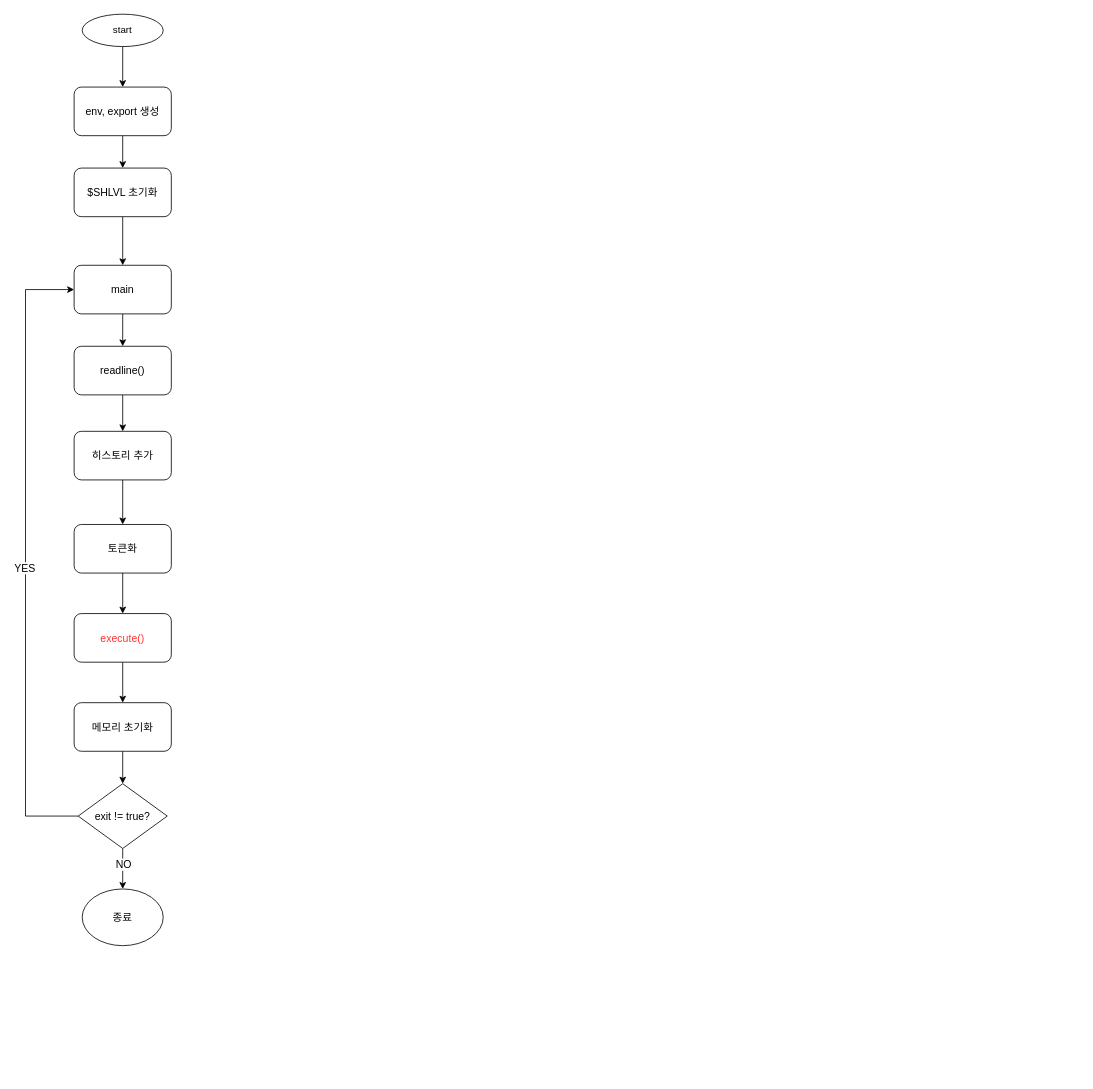
Above: Untitled Diagram.drawio in 42joonpark/minishell (draw.io), before the change. Source tidied: cells renumbered, new cells numbered last; positions are measured from the earlier drawing's top-left corner, leaving out a move shared by most shapes. Both pictures are drawn from the tidied source at 81%, with x=0, y=0 at pixel (25, 14).
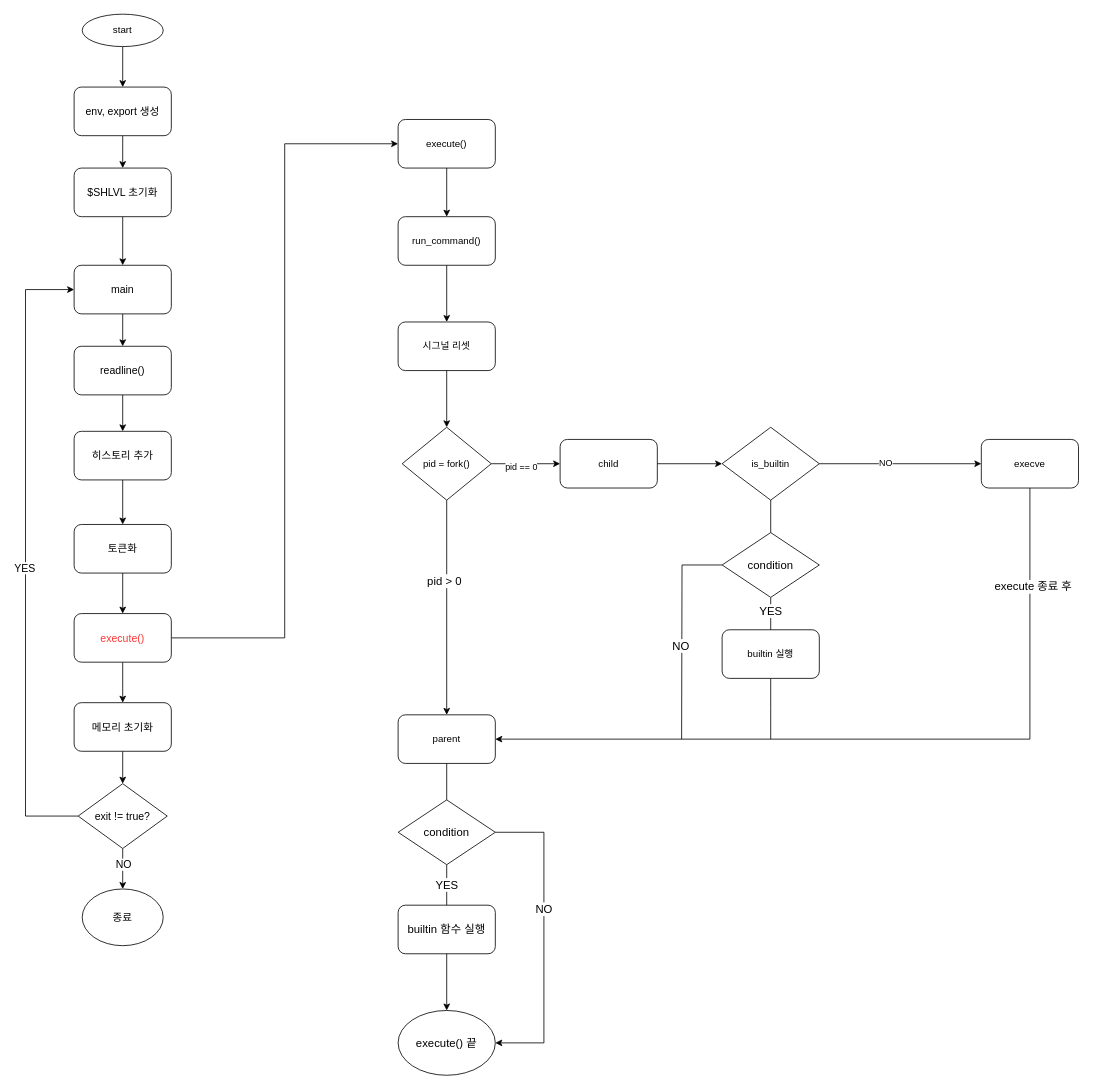
The same diagram, later.

Commit message:
exeute() diagram add

The change refers to these unchanged cells:
```xml
<mxCell id="17" value="execute()" style="rounded=1;whiteSpace=wrap;html=1;fontSize=13;fontColor=#FF3333;" parent="1" vertex="1">
  <mxGeometry x="60" y="740" width="120" height="60" as="geometry" />
</mxCell>
```

The edit, as a diff of the source:
```diff
@@
+    <mxCell id="26" style="edgeStyle=orthogonalEdgeStyle;rounded=0;jettySize=auto;html=1;exitX=1;exitY=0.5;exitDx=0;exitDy=0;entryX=0;entryY=0.5;entryDx=0;entryDy=0;fontSize=14;endArrow=classic;endFill=1;strokeColor=default;" parent="1" edge="1" source="17" target="28">
+      <mxGeometry relative="1" as="geometry" />
+    </mxCell>
@@
+    <mxCell id="27" style="group;" parent="1" vertex="1">
+      <mxGeometry x="460" y="130" width="840" height="1180" as="geometry" />
+    </mxCell>
+    <mxCell id="28" value="execute()" style="rounded=1;whiteSpace=wrap;html=1;" parent="27" vertex="1">
+      <mxGeometry width="120" height="60" as="geometry" />
+    </mxCell>
+    <mxCell id="29" value="run_command()" style="rounded=1;whiteSpace=wrap;html=1;" parent="27" vertex="1">
+      <mxGeometry y="120" width="120" height="60" as="geometry" />
+    </mxCell>
+    <mxCell id="30" style="edgeStyle=orthogonalEdgeStyle;rounded=0;jettySize=auto;html=1;" parent="27" edge="1" source="28" target="29">
+      <mxGeometry relative="1" as="geometry" />
+    </mxCell>
+    <mxCell id="31" value="시그널 리셋" style="rounded=1;whiteSpace=wrap;html=1;" parent="27" vertex="1">
+      <mxGeometry y="250" width="120" height="60" as="geometry" />
+    </mxCell>
+    <mxCell id="32" style="edgeStyle=orthogonalEdgeStyle;rounded=0;jettySize=auto;html=1;" parent="27" edge="1" source="29" target="31">
+      <mxGeometry relative="1" as="geometry" />
+    </mxCell>
+    <mxCell id="33" value="child" style="rounded=1;whiteSpace=wrap;html=1;" parent="27" vertex="1">
+      <mxGeometry x="200" y="395" width="120" height="60" as="geometry" />
+    </mxCell>
+    <mxCell id="34" style="edgeStyle=orthogonalEdgeStyle;rounded=0;jettySize=auto;html=1;" parent="27" edge="1" source="36" target="33">
+      <mxGeometry relative="1" as="geometry" />
+    </mxCell>
+    <mxCell id="35" value="pid == 0" style="edgeLabel;html=1;align=center;verticalAlign=middle;" parent="34" vertex="1">
+      <mxGeometry x="-0.15" y="-3" relative="1" as="geometry" />
+    </mxCell>
+    <mxCell id="36" value="pid = fork()" style="rhombus;whiteSpace=wrap;html=1;" parent="27" vertex="1">
+      <mxGeometry x="5" y="380" width="110" height="90" as="geometry" />
+    </mxCell>
+    <mxCell id="37" style="edgeStyle=orthogonalEdgeStyle;rounded=0;jettySize=auto;html=1;" parent="27" edge="1" source="31" target="36">
+      <mxGeometry relative="1" as="geometry" />
+    </mxCell>
+    <mxCell id="38" value="parent" style="rounded=1;whiteSpace=wrap;html=1;" parent="27" vertex="1">
+      <mxGeometry y="735" width="120" height="60" as="geometry" />
+    </mxCell>
+    <mxCell id="39" style="edgeStyle=orthogonalEdgeStyle;rounded=0;jettySize=auto;html=1;" parent="27" edge="1" source="36" target="38">
+      <mxGeometry relative="1" as="geometry" />
+    </mxCell>
+    <mxCell id="40" value="&lt;font style=&quot;font-size: 14px&quot;&gt;pid &amp;gt; 0&lt;/font&gt;" style="edgeLabel;html=1;align=center;verticalAlign=middle;" parent="39" vertex="1">
+      <mxGeometry x="-0.25" y="-4" relative="1" as="geometry" />
+    </mxCell>
+    <mxCell id="41" value="is_builtin" style="rhombus;whiteSpace=wrap;html=1;" parent="27" vertex="1">
+      <mxGeometry x="400" y="380" width="120" height="90" as="geometry" />
+    </mxCell>
+    <mxCell id="42" style="edgeStyle=orthogonalEdgeStyle;rounded=0;jettySize=auto;html=1;" parent="27" edge="1" source="33" target="41">
+      <mxGeometry relative="1" as="geometry" />
+    </mxCell>
+    <mxCell id="43" style="edgeStyle=orthogonalEdgeStyle;rounded=0;jettySize=auto;html=1;exitX=0.5;exitY=1;exitDx=0;exitDy=0;entryX=1;entryY=0.5;entryDx=0;entryDy=0;fontSize=14;" parent="27" edge="1" source="45" target="38">
+      <mxGeometry relative="1" as="geometry" />
+    </mxCell>
+    <mxCell id="44" value="execute 종료 후" style="edgeLabel;html=1;align=center;verticalAlign=middle;fontSize=14;" parent="43" vertex="1">
+      <mxGeometry x="-0.75" y="3" relative="1" as="geometry" />
+    </mxCell>
+    <mxCell id="45" value="execve" style="rounded=1;whiteSpace=wrap;html=1;" parent="27" vertex="1">
+      <mxGeometry x="720" y="395" width="120" height="60" as="geometry" />
+    </mxCell>
+    <mxCell id="46" style="edgeStyle=orthogonalEdgeStyle;rounded=0;jettySize=auto;html=1;" parent="27" edge="1" source="41" target="45">
+      <mxGeometry relative="1" as="geometry" />
+    </mxCell>
+    <mxCell id="47" value="NO" style="edgeLabel;html=1;align=center;verticalAlign=middle;" parent="46" vertex="1">
+      <mxGeometry x="-0.2" y="3" relative="1" as="geometry">
+        <mxPoint x="1" y="1" as="offset" />
+      </mxGeometry>
+    </mxCell>
+    <mxCell id="48" style="edgeStyle=orthogonalEdgeStyle;rounded=0;jettySize=auto;html=1;fontSize=14;strokeColor=default;endArrow=none;endFill=0;" parent="27" edge="1" source="49">
+      <mxGeometry relative="1" as="geometry">
+        <mxPoint x="460" y="765" as="targetPoint" />
+      </mxGeometry>
+    </mxCell>
+    <mxCell id="49" value="builtin 실행" style="rounded=1;whiteSpace=wrap;html=1;" parent="27" vertex="1">
+      <mxGeometry x="400" y="630" width="120" height="60" as="geometry" />
+    </mxCell>
+    <mxCell id="50" value="builtin 함수 실행" style="rounded=1;whiteSpace=wrap;html=1;fontSize=14;" parent="27" vertex="1">
+      <mxGeometry y="970" width="120" height="60" as="geometry" />
+    </mxCell>
+    <mxCell id="51" style="edgeStyle=orthogonalEdgeStyle;rounded=0;jettySize=auto;html=1;fontSize=14;endArrow=none;endFill=0;strokeColor=default;" parent="27" edge="1" source="55" target="49">
+      <mxGeometry relative="1" as="geometry" />
+    </mxCell>
+    <mxCell id="52" value="YES" style="edgeLabel;html=1;align=center;verticalAlign=middle;fontSize=14;" parent="51" vertex="1">
+      <mxGeometry x="-0.2" y="-1" relative="1" as="geometry" />
+    </mxCell>
+    <mxCell id="53" style="edgeStyle=orthogonalEdgeStyle;rounded=0;jettySize=auto;html=1;exitX=0;exitY=0.5;exitDx=0;exitDy=0;fontSize=14;endArrow=none;endFill=0;strokeColor=default;" parent="27" edge="1" source="55">
+      <mxGeometry relative="1" as="geometry">
+        <mxPoint x="350" y="765" as="targetPoint" />
+      </mxGeometry>
+    </mxCell>
+    <mxCell id="54" value="NO" style="edgeLabel;html=1;align=center;verticalAlign=middle;fontSize=14;" parent="53" vertex="1">
+      <mxGeometry x="0.13" y="-2" relative="1" as="geometry" />
+    </mxCell>
+    <mxCell id="55" value="condition" style="rhombus;whiteSpace=wrap;html=1;fontSize=14;" parent="27" vertex="1">
+      <mxGeometry x="400" y="510" width="120" height="80" as="geometry" />
+    </mxCell>
+    <mxCell id="56" style="edgeStyle=orthogonalEdgeStyle;rounded=0;jettySize=auto;html=1;fontSize=14;endArrow=none;endFill=0;strokeColor=default;" parent="27" edge="1" source="41" target="55">
+      <mxGeometry relative="1" as="geometry" />
+    </mxCell>
+    <mxCell id="57" value="YES" style="edgeStyle=orthogonalEdgeStyle;rounded=0;jettySize=auto;html=1;fontSize=14;endArrow=none;endFill=0;strokeColor=default;" parent="27" edge="1" source="58" target="50">
+      <mxGeometry relative="1" as="geometry" />
+    </mxCell>
+    <mxCell id="58" value="condition" style="rhombus;whiteSpace=wrap;html=1;fontSize=14;" parent="27" vertex="1">
+      <mxGeometry y="840" width="120" height="80" as="geometry" />
+    </mxCell>
+    <mxCell id="59" style="edgeStyle=orthogonalEdgeStyle;rounded=0;jettySize=auto;html=1;fontSize=14;endArrow=none;endFill=0;strokeColor=default;" parent="27" edge="1" source="38" target="58">
+      <mxGeometry relative="1" as="geometry" />
+    </mxCell>
+    <mxCell id="60" value="execute() 끝" style="ellipse;whiteSpace=wrap;html=1;fontSize=14;" parent="27" vertex="1">
+      <mxGeometry y="1100" width="120" height="80" as="geometry" />
+    </mxCell>
+    <mxCell id="61" style="edgeStyle=orthogonalEdgeStyle;rounded=0;jettySize=auto;html=1;fontSize=14;endArrow=classic;endFill=1;strokeColor=default;" parent="27" edge="1" source="50" target="60">
+      <mxGeometry relative="1" as="geometry" />
+    </mxCell>
+    <mxCell id="62" style="edgeStyle=orthogonalEdgeStyle;rounded=0;jettySize=auto;html=1;exitX=1;exitY=0.5;exitDx=0;exitDy=0;entryX=1;entryY=0.5;entryDx=0;entryDy=0;fontSize=14;endArrow=classic;endFill=1;strokeColor=default;" parent="27" edge="1" source="58" target="60">
+      <mxGeometry relative="1" as="geometry">
+        <Array as="points">
+          <mxPoint x="180" y="880" />
+          <mxPoint x="180" y="1140" />
+        </Array>
+      </mxGeometry>
+    </mxCell>
+    <mxCell id="63" value="NO" style="edgeLabel;html=1;align=center;verticalAlign=middle;fontSize=14;" parent="62" vertex="1">
+      <mxGeometry x="-0.19" y="-1" relative="1" as="geometry" />
+    </mxCell>
```
